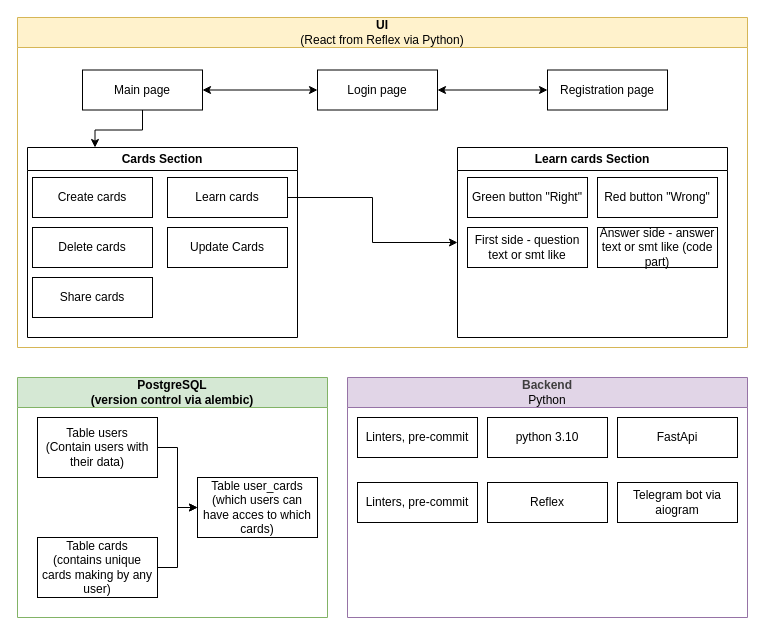
Before: page "L3" (2 of 2) of scheme.drawio in BezrezenTLNH/mnemo, a draw.io diagram. Source tidied: cells renumbered, new cells numbered last; positions are measured from the earlier drawing's top-left corner, leaving out a move shared by most shapes. Both pictures are drawn from the tidied source at 100%, with x=0, y=0 at pixel (17, 17).
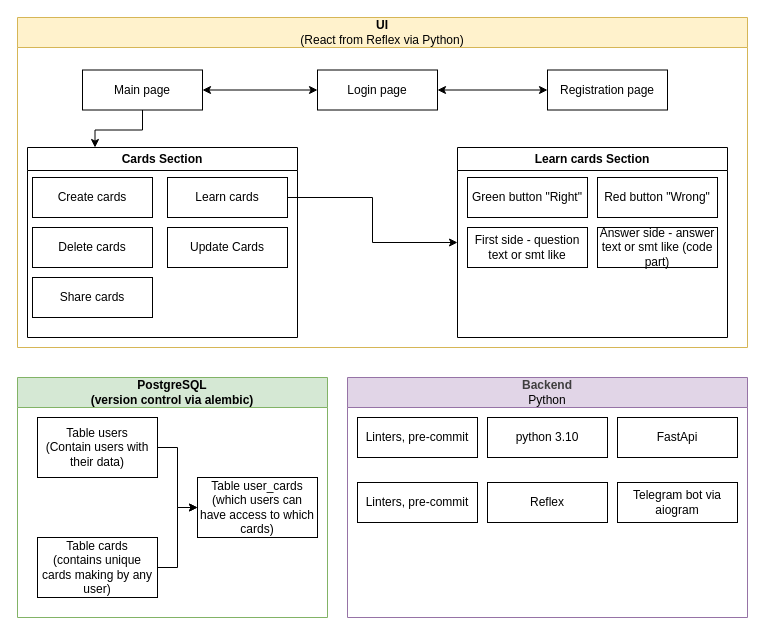
After the change.

Unchanged cells that the change refers to:
```xml
<mxCell id="2" value="&lt;b&gt;&lt;font&gt;PostgreSQL&lt;br&gt;(version control via alembic)&lt;/font&gt;&lt;/b&gt;" style="swimlane;whiteSpace=wrap;html=1;fillColor=#d5e8d4;strokeColor=#82b366;startSize=30;" parent="1" vertex="1">
  <mxGeometry y="360" width="310" height="240" as="geometry" />
</mxCell>
```

The edit, as a diff of the source:
```diff
@@
-    <mxCell id="7" value="Table user_cards&lt;div&gt;(which users can have acces to which cards)&lt;/div&gt;" style="whiteSpace=wrap;html=1;" parent="2" vertex="1">
+    <mxCell id="7" value="Table user_cards&lt;div&gt;(which users can have access to which cards)&lt;/div&gt;" style="whiteSpace=wrap;html=1;" parent="2" vertex="1">
       <mxGeometry x="180" y="100" width="120" height="60" as="geometry" />
     </mxCell>
```
